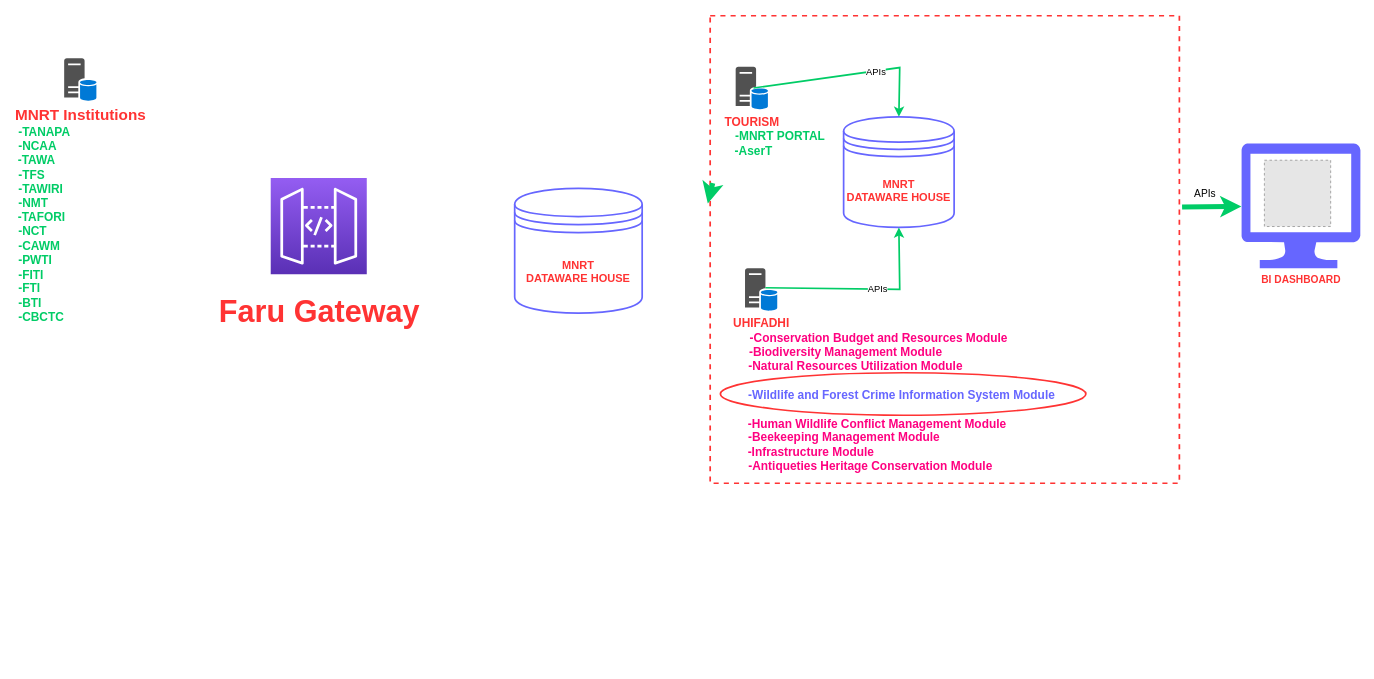
The draw.io diagram faru-gateway-sketch-template.drawio in MbalamulaS/tech-diagrams, before the edit. Source tidied: cells renumbered, new cells numbered last; positions are measured from the earlier drawing's top-left corner, leaving out a move shared by most shapes. Both pictures are drawn from the tidied source at 85%, with x=0, y=0 at pixel (64, 15). Pictures stored in the file or linked from it are replaced by grey dashed boxes.
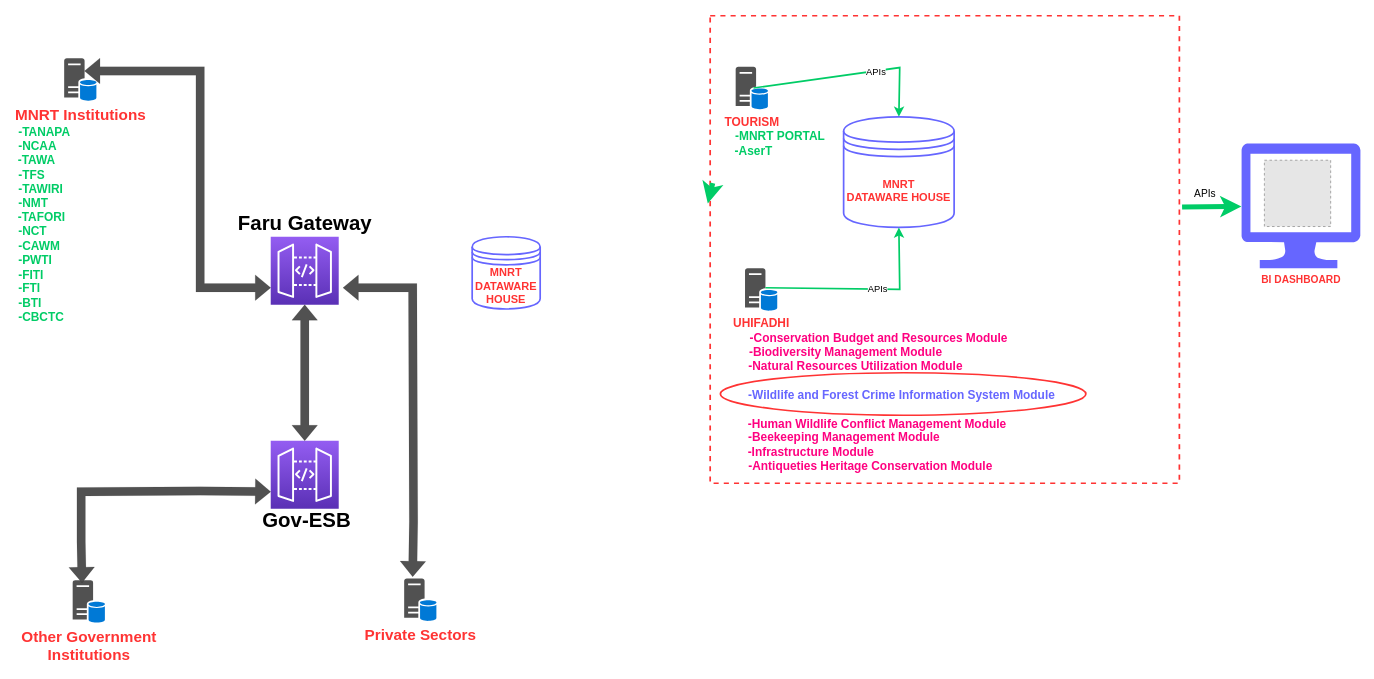
The same page after the edit.

Commit message:
gov esb and private institutions added

The change refers to these unchanged cells:
```xml
<mxCell id="19" value="&lt;div&gt;&lt;b&gt;&lt;font style=&quot;font-size: 18px;&quot; color=&quot;#ff3333&quot;&gt;MNRT Institutions&lt;br&gt;&lt;/font&gt;&lt;/b&gt;&lt;/div&gt;&lt;div align=&quot;left&quot;&gt;&lt;b&gt;&lt;font style=&quot;font-size: 14px;&quot; color=&quot;#00cc66&quot;&gt;&amp;nbsp;-TANAPA&lt;br&gt;&lt;/font&gt;&lt;/b&gt;&lt;/div&gt;&lt;div&gt;&lt;div align=&quot;left&quot;&gt;&lt;b&gt;&lt;font style=&quot;font-size: 14px;&quot; color=&quot;#00cc66&quot;&gt;&amp;nbsp;-NCAA&lt;/font&gt;&lt;font style=&quot;font-size: 14px;&quot; color=&quot;#00cc66&quot;&gt;&lt;br&gt;&lt;/font&gt;&lt;/b&gt;&lt;/div&gt;&lt;div align=&quot;left&quot;&gt;&lt;b&gt;&lt;font color=&quot;#00cc66&quot;&gt;&amp;nbsp;&lt;/font&gt;&lt;font style=&quot;font-size: 14px;&quot; color=&quot;#00cc66&quot;&gt;-TAWA&lt;/font&gt;&lt;/b&gt;&lt;/div&gt;&lt;div align=&quot;left&quot;&gt;&lt;b&gt;&lt;font style=&quot;font-size: 14px;&quot; color=&quot;#00cc66&quot;&gt;&amp;nbsp;-TFS&lt;br&gt;&lt;/font&gt;&lt;/b&gt;&lt;/div&gt;&lt;div align=&quot;left&quot;&gt;&lt;b&gt;&lt;font style=&quot;font-size: 14px;&quot; color=&quot;#00cc66&quot;&gt;&amp;nbsp;-TAWIRI&lt;br&gt;&lt;/font&gt;&lt;/b&gt;&lt;div&gt;&lt;div align=&quot;left&quot;&gt;&lt;b&gt;&lt;font style=&quot;font-size: 14px;&quot; color=&quot;#00cc66&quot;&gt;&amp;nbsp;-NMT&lt;/font&gt;&lt;font style=&quot;font-size: 14px;&quot; color=&quot;#00cc66&quot;&gt;&lt;br&gt;&lt;/font&gt;&lt;/b&gt;&lt;/div&gt;&lt;div align=&quot;left&quot;&gt;&lt;b&gt;&lt;font color=&quot;#00cc66&quot;&gt;&amp;nbsp;&lt;/font&gt;&lt;font style=&quot;font-size: 14px;&quot; color=&quot;#00cc66&quot;&gt;-TAFORI&lt;/font&gt;&lt;/b&gt;&lt;/div&gt;&lt;div align=&quot;left&quot;&gt;&lt;b&gt;&lt;font style=&quot;font-size: 14px;&quot; color=&quot;#00cc66&quot;&gt;&amp;nbsp;-NCT&lt;/font&gt;&lt;/b&gt;&lt;/div&gt;&lt;div align=&quot;left&quot;&gt;&lt;b&gt;&lt;font style=&quot;font-size: 14px;&quot; color=&quot;#00cc66&quot;&gt;&amp;nbsp;-CAWM&lt;/font&gt;&lt;/b&gt;&lt;/div&gt;&lt;div align=&quot;left&quot;&gt;&lt;b&gt;&lt;font style=&quot;font-size: 14px;&quot; color=&quot;#00cc66&quot;&gt;&amp;nbsp;-PWTI&lt;/font&gt;&lt;/b&gt;&lt;/div&gt;&lt;div align=&quot;left&quot;&gt;&lt;b&gt;&lt;font style=&quot;font-size: 14px;&quot; color=&quot;#00cc66&quot;&gt;&amp;nbsp;-FITI&lt;/font&gt;&lt;/b&gt;&lt;/div&gt;&lt;div align=&quot;left&quot;&gt;&lt;b&gt;&lt;font style=&quot;font-size: 14px;&quot; color=&quot;#00cc66&quot;&gt;&amp;nbsp;-FTI&lt;/font&gt;&lt;/b&gt;&lt;/div&gt;&lt;div align=&quot;left&quot;&gt;&lt;b&gt;&lt;font style=&quot;font-size: 14px;&quot; color=&quot;#00cc66&quot;&gt;&amp;nbsp;-BTI&lt;/font&gt;&lt;/b&gt;&lt;/div&gt;&lt;div align=&quot;left&quot;&gt;&lt;b&gt;&lt;font style=&quot;font-size: 14px;&quot; color=&quot;#00cc66&quot;&gt;&amp;nbsp;-CBCTC&lt;/font&gt;&lt;/b&gt;&lt;/div&gt;&lt;/div&gt;&lt;/div&gt;&lt;font style=&quot;font-size: 14px;&quot; color=&quot;#00cc66&quot;&gt;&lt;b&gt;&lt;/b&gt;&lt;/font&gt;&lt;/div&gt;" style="sketch=0;shadow=0;dashed=0;html=1;strokeColor=none;labelPosition=center;verticalLabelPosition=bottom;verticalAlign=top;align=center;fillColor=#515151;shape=mxgraph.mscae.system_center.primary_site;" parent="1" vertex="1">
  <mxGeometry y="50" width="38" height="50" as="geometry" />
</mxCell>
```

Diff of the diagram source:
```diff
@@
-    <mxCell id="3" style="edgeStyle=orthogonalEdgeStyle;rounded=0;orthogonalLoop=1;jettySize=auto;html=1;entryX=0.5;entryY=0;entryDx=0;entryDy=0;entryPerimeter=0;strokeColor=none;dashed=1;strokeWidth=4;" parent="1" edge="1">
-      <mxGeometry relative="1" as="geometry">
-        <mxPoint x="42" y="380" as="sourcePoint" />
-        <mxPoint x="42" y="480" as="targetPoint" />
-      </mxGeometry>
-    </mxCell>
-    <mxCell id="4" value="&lt;h1&gt;&lt;font style=&quot;font-size: 36px;&quot; color=&quot;#ff3333&quot;&gt;&lt;b&gt;Faru Gateway &lt;/b&gt;&lt;/font&gt;&lt;/h1&gt;" style="sketch=0;points=[[0,0,0],[0.25,0,0],[0.5,0,0],[0.75,0,0],[1,0,0],[0,1,0],[0.25,1,0],[0.5,1,0],[0.75,1,0],[1,1,0],[0,0.25,0],[0,0.5,0],[0,0.75,0],[1,0.25,0],[1,0.5,0],[1,0.75,0]];outlineConnect=0;fontColor=#232F3E;gradientColor=#945DF2;gradientDirection=north;fillColor=#5A30B5;strokeColor=#ffffff;dashed=0;verticalLabelPosition=bottom;verticalAlign=top;align=center;html=1;fontSize=12;fontStyle=0;shape=mxgraph.aws4.resourceIcon;resIcon=mxgraph.aws4.api_gateway;" parent="1" vertex="1">
-      <mxGeometry x="243" y="191" width="113" height="113" as="geometry" />
+    <mxCell id="4" style="sketch=0;points=[[0,0,0,0,0],[0,0.25,0,0,0],[0,0.5,0,0,0],[0,0.75,0,0,0],[0,1,0,0,0],[0.25,0,0,0,0],[0.25,1,0,0,0],[0.5,0,0,0,0],[0.5,1,0,0,0],[0.75,0,0,0,0],[0.75,1,0,0,0],[1,0,0,0,0],[1,0.25,0,0,0],[1,0.5,0,0,0],[1,0.75,0,0,0],[1,1,0,0,0]];outlineConnect=0;fontColor=#232F3E;gradientColor=#945DF2;gradientDirection=north;fillColor=#5A30B5;strokeColor=#ffffff;dashed=0;verticalLabelPosition=top;verticalAlign=top;align=center;html=1;fontSize=12;fontStyle=0;shape=mxgraph.aws4.resourceIcon;resIcon=mxgraph.aws4.api_gateway;" parent="1" vertex="1">
+      <mxGeometry x="243" y="260" width="80" height="80" as="geometry" />
     </mxCell>
@@
     <mxCell id="18" value="&lt;div style=&quot;font-size: 13px;&quot;&gt;&lt;font style=&quot;font-size: 13px;&quot;&gt;&lt;b&gt;&lt;font style=&quot;font-size: 13px;&quot; color=&quot;#ff3333&quot;&gt;MNRT&lt;/font&gt;&lt;/b&gt;&lt;/font&gt;&lt;/div&gt;&lt;div style=&quot;font-size: 13px;&quot;&gt;&lt;font style=&quot;font-size: 13px;&quot; color=&quot;#ff3333&quot;&gt;&lt;b&gt;DATAWARE HOUSE&lt;/b&gt;&lt;br&gt;&lt;/font&gt;&lt;/div&gt;" style="shape=datastore;whiteSpace=wrap;html=1;strokeWidth=2;strokeColor=#6666FF;" parent="1" vertex="1">
-      <mxGeometry x="530" y="203" width="150" height="147" as="geometry" />
+      <mxGeometry x="480" y="260" width="80" height="85" as="geometry" />
     </mxCell>
@@
+    <mxCell id="20" value="&lt;b&gt;&lt;font style=&quot;font-size: 24px;&quot;&gt;Faru Gateway&lt;/font&gt;&lt;/b&gt;" style="text;html=1;align=center;verticalAlign=middle;strokeColor=none;fillColor=none;color=ffffff;" parent="1" vertex="1">
+      <mxGeometry x="193" y="225" width="180" height="40" as="geometry" />
+    </mxCell>
+    <mxCell id="21" style="sketch=0;points=[[0,0,0,0,0],[0,0.25,0,0,0],[0,0.5,0,0,0],[0,0.75,0,0,0],[0,1,0,0,0],[0.25,0,0,0,0],[0.25,1,0,0,0],[0.5,0,0,0,0],[0.5,1,0,0,0],[0.75,0,0,0,0],[0.75,1,0,0,0],[1,0,0,0,0],[1,0.25,0,0,0],[1,0.5,0,0,0],[1,0.75,0,0,0],[1,1,0,0,0]];outlineConnect=0;fontColor=#232F3E;gradientColor=#945DF2;gradientDirection=north;fillColor=#5A30B5;strokeColor=#ffffff;dashed=0;verticalLabelPosition=top;verticalAlign=top;align=center;html=1;fontSize=12;fontStyle=0;shape=mxgraph.aws4.resourceIcon;resIcon=mxgraph.aws4.api_gateway;" parent="1" vertex="1">
+      <mxGeometry x="243" y="500" width="80" height="80" as="geometry" />
+    </mxCell>
+    <mxCell id="22" value="&lt;font style=&quot;font-size: 24px;&quot;&gt;&lt;b&gt;Gov-ESB&lt;/b&gt;&lt;/font&gt;" style="text;html=1;align=center;verticalAlign=middle;strokeColor=none;fillColor=none;color=ffffff;" parent="1" vertex="1">
+      <mxGeometry x="220" y="574" width="130" height="40" as="geometry" />
+    </mxCell>
+    <mxCell id="23" style="shape=flexArrow;endArrow=classic;startArrow=classic;html=1;rounded=0;entryX=0.5;entryY=1;entryDx=0;entryDy=0;entryPerimeter=0;fillColor=#515151;strokeWidth=0.1;" parent="1" edge="1" source="21" target="4">
+      <mxGeometry relative="1" as="geometry">
+        <Array as="points">
+          <mxPoint x="283" y="450" />
+        </Array>
+      </mxGeometry>
+    </mxCell>
+    <mxCell id="24" value="&lt;div&gt;&lt;b&gt;&lt;font style=&quot;font-size: 18px;&quot; color=&quot;#ff3333&quot;&gt;Other Government&lt;/font&gt;&lt;/b&gt;&lt;/div&gt;&lt;div&gt;&lt;b&gt;&lt;font style=&quot;font-size: 18px;&quot; color=&quot;#ff3333&quot;&gt;Institutions&lt;br&gt;&lt;/font&gt;&lt;/b&gt;&lt;/div&gt;" style="sketch=0;shadow=0;dashed=0;html=1;strokeColor=none;labelPosition=center;verticalLabelPosition=bottom;verticalAlign=top;align=center;fillColor=#515151;shape=mxgraph.mscae.system_center.primary_site;" parent="1" vertex="1">
+      <mxGeometry x="10" y="664" width="38" height="50" as="geometry" />
+    </mxCell>
+    <mxCell id="25" style="shape=flexArrow;endArrow=classic;startArrow=classic;html=1;rounded=0;entryX=0;entryY=0.75;entryDx=0;entryDy=0;entryPerimeter=0;exitX=0.289;exitY=0.06;exitDx=0;exitDy=0;exitPerimeter=0;fillColor=#515151;strokeWidth=0.1;" parent="1" edge="1" source="24" target="21">
+      <mxGeometry relative="1" as="geometry">
+        <Array as="points">
+          <mxPoint x="20" y="619" />
+          <mxPoint x="20" y="560" />
+          <mxPoint x="160" y="559" />
+        </Array>
+      </mxGeometry>
+    </mxCell>
+    <mxCell id="26" value="&lt;div&gt;&lt;b&gt;&lt;font style=&quot;font-size: 18px;&quot; color=&quot;#ff3333&quot;&gt;Private Sectors&lt;br&gt;&lt;/font&gt;&lt;/b&gt;&lt;/div&gt;" style="sketch=0;shadow=0;dashed=0;html=1;strokeColor=none;labelPosition=center;verticalLabelPosition=bottom;verticalAlign=top;align=center;fillColor=#515151;shape=mxgraph.mscae.system_center.primary_site;" parent="1" vertex="1">
+      <mxGeometry x="400" y="662" width="38" height="50" as="geometry" />
+    </mxCell>
+    <mxCell id="27" style="shape=flexArrow;endArrow=classic;startArrow=classic;html=1;rounded=0;entryX=1;entryY=0.75;entryDx=0;entryDy=0;entryPerimeter=0;fillColor=#515151;strokeWidth=0.1;" parent="1" edge="1">
+      <mxGeometry relative="1" as="geometry">
+        <mxPoint x="410" y="660" as="sourcePoint" />
+        <mxPoint x="328" y="320" as="targetPoint" />
+        <Array as="points">
+          <mxPoint x="411" y="595.5" />
+          <mxPoint x="410" y="320" />
+        </Array>
+      </mxGeometry>
+    </mxCell>
+    <mxCell id="28" style="shape=flexArrow;endArrow=classic;startArrow=classic;html=1;rounded=0;entryX=0.63;entryY=0.3;entryDx=0;entryDy=0;entryPerimeter=0;exitX=0;exitY=0.75;exitDx=0;exitDy=0;exitPerimeter=0;fillColor=#515151;strokeWidth=0.1;" parent="1" edge="1" source="4" target="19">
+      <mxGeometry relative="1" as="geometry">
+        <Array as="points">
+          <mxPoint x="160" y="320" />
+          <mxPoint x="160" y="65" />
+        </Array>
+      </mxGeometry>
+    </mxCell>
```
